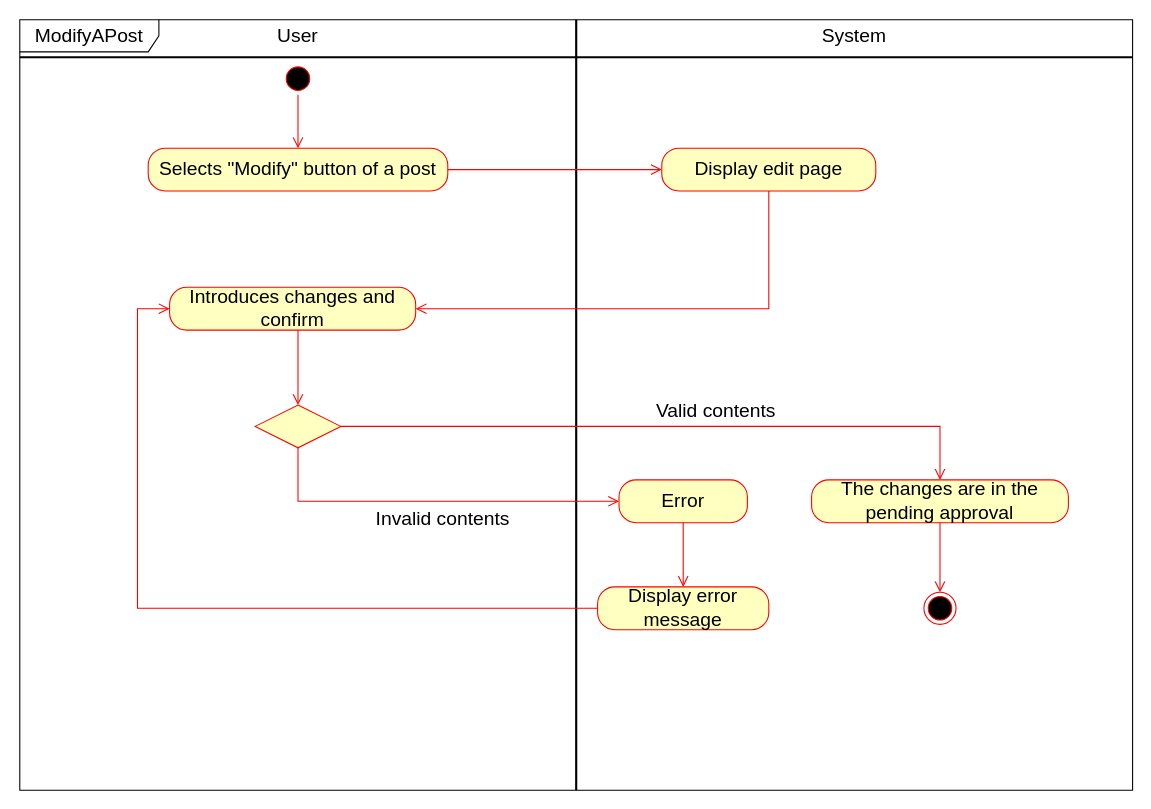
Earlier version of the draw.io diagram page "ModifyAPost" (4 of 4) of Use cases diagram/User.drawio (matteovisotto/SE2-CecchettoSirianiVisotto). Source tidied: cells renumbered, new cells numbered last; positions are measured from the earlier drawing's top-left corner, leaving out a move shared by most shapes. Both pictures are drawn from the tidied source at 107%, with x=0, y=0 at pixel (19, 19).
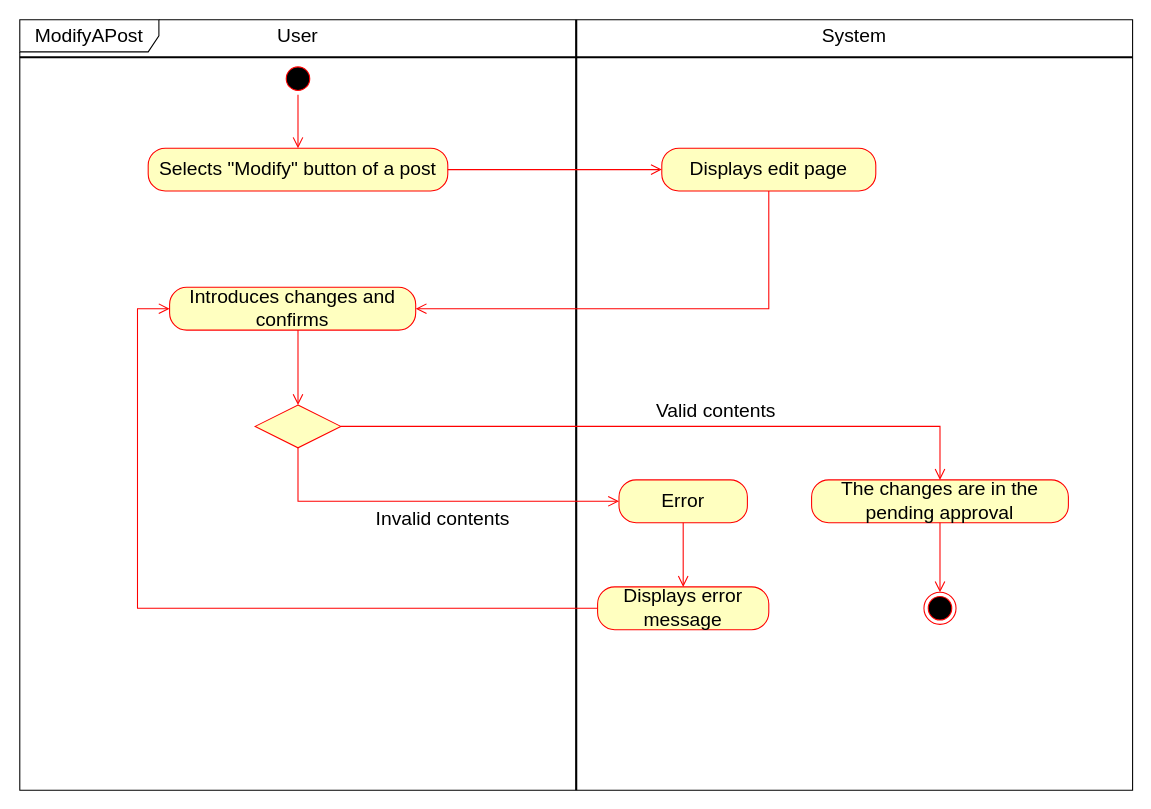
Above is the later version.

The edit, as a diff of the source:
```diff
@@
-    <mxCell id="6" value="&lt;font style=&quot;font-size: 18px&quot;&gt;Introduces changes and confirm&lt;/font&gt;" style="rounded=1;whiteSpace=wrap;html=1;arcSize=40;fontColor=#000000;fillColor=#ffffc0;strokeColor=#ff0000;" parent="1" vertex="1">
+    <mxCell id="6" value="&lt;font style=&quot;font-size: 18px&quot;&gt;Introduces changes and confirms&lt;/font&gt;" style="rounded=1;whiteSpace=wrap;html=1;arcSize=40;fontColor=#000000;fillColor=#ffffc0;strokeColor=#ff0000;" parent="1" vertex="1">
       <mxGeometry x="140" y="250" width="230" height="40" as="geometry" />
     </mxCell>
@@
-    <mxCell id="14" value="&lt;font style=&quot;font-size: 18px&quot;&gt;Display edit page&lt;/font&gt;" style="rounded=1;whiteSpace=wrap;html=1;arcSize=40;fontColor=#000000;fillColor=#ffffc0;strokeColor=#ff0000;" parent="1" vertex="1">
+    <mxCell id="14" value="&lt;font style=&quot;font-size: 18px&quot;&gt;Displays edit page&lt;/font&gt;" style="rounded=1;whiteSpace=wrap;html=1;arcSize=40;fontColor=#000000;fillColor=#ffffc0;strokeColor=#ff0000;" parent="1" vertex="1">
       <mxGeometry x="600" y="120" width="200" height="40" as="geometry" />
     </mxCell>
@@
-    <mxCell id="23" value="&lt;font style=&quot;font-size: 18px&quot;&gt;Display error message&lt;/font&gt;" style="rounded=1;whiteSpace=wrap;html=1;arcSize=40;fontColor=#000000;fillColor=#ffffc0;strokeColor=#ff0000;" parent="1" vertex="1">
+    <mxCell id="23" value="&lt;font style=&quot;font-size: 18px&quot;&gt;Displays error message&lt;/font&gt;" style="rounded=1;whiteSpace=wrap;html=1;arcSize=40;fontColor=#000000;fillColor=#ffffc0;strokeColor=#ff0000;" parent="1" vertex="1">
       <mxGeometry x="540" y="530" width="160" height="40" as="geometry" />
     </mxCell>
```
